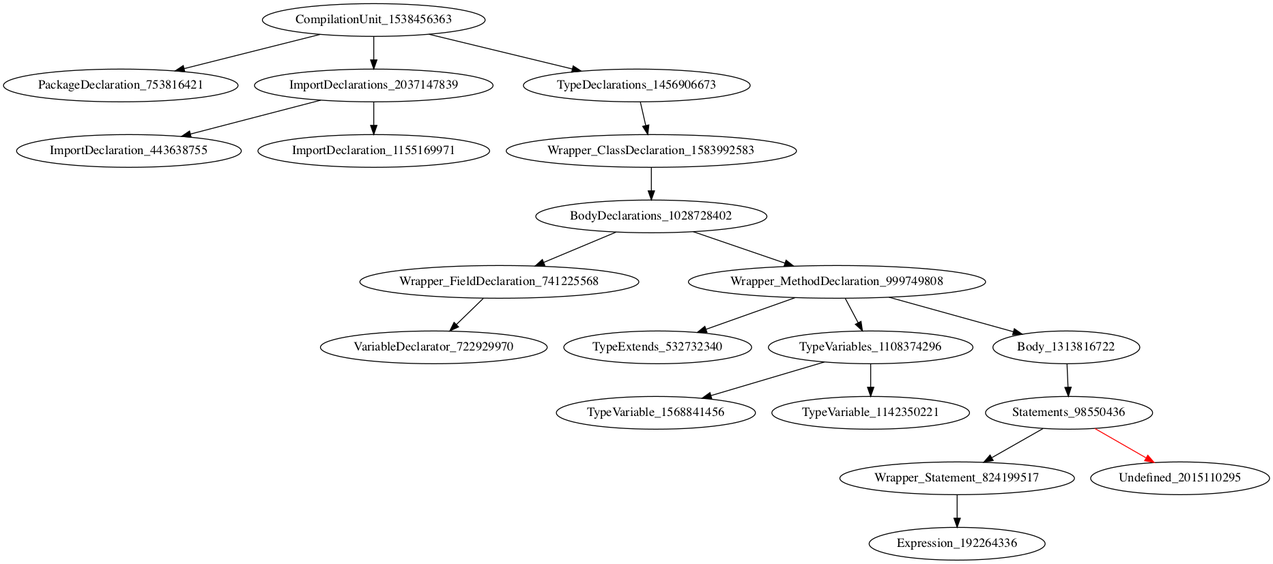
Above: holeAST.png in icse2023material/VoiceJava (Graphviz), before the change. Its source is kept beside it as holeAST.dot.
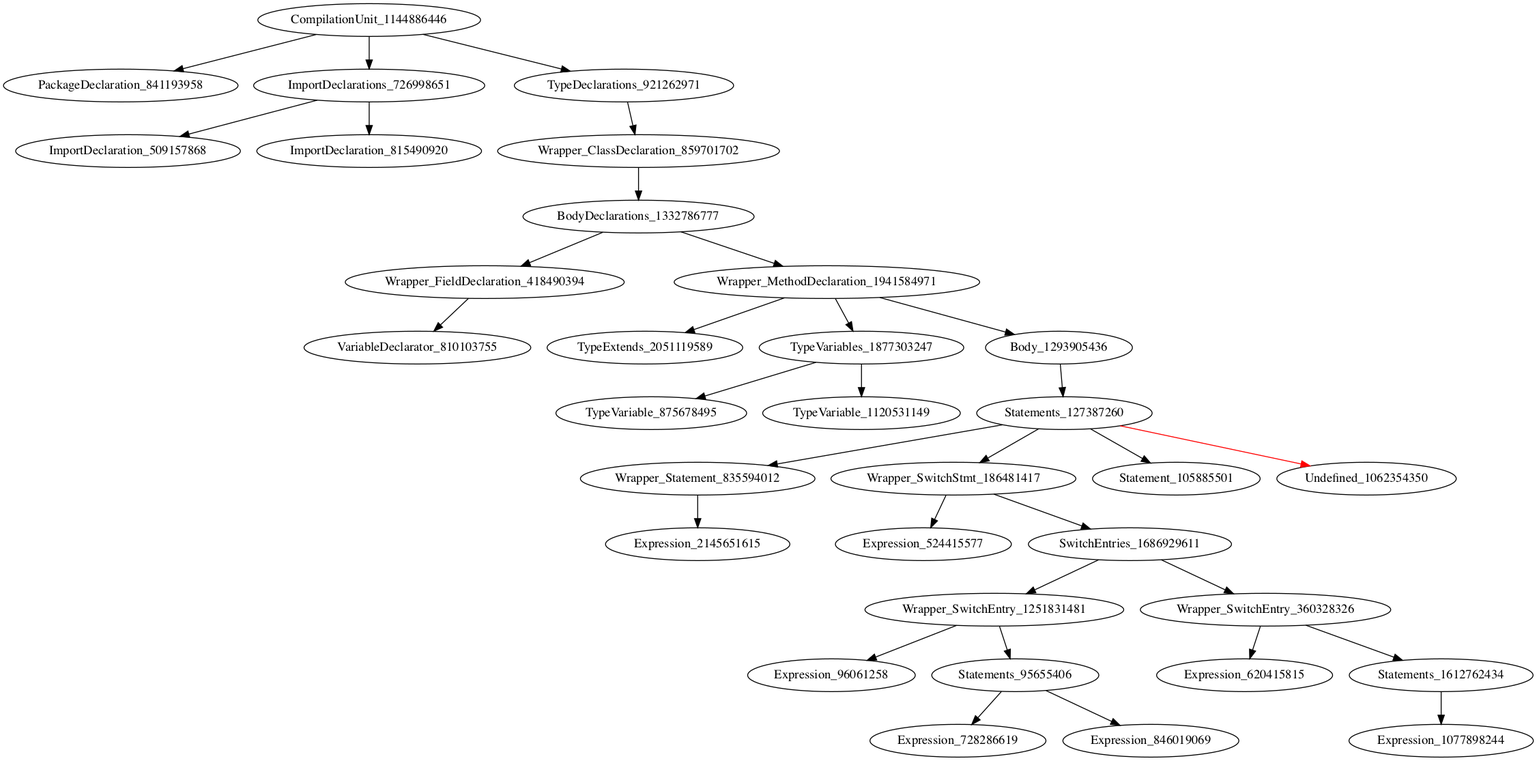
The same diagram one commit later.

Diff of the diagram source:
```diff
@@ -1,21 +1,34 @@
 digraph {
-CompilationUnit_1538456363 -> PackageDeclaration_753816421
-CompilationUnit_1538456363 -> ImportDeclarations_2037147839
-CompilationUnit_1538456363 -> TypeDeclarations_1456906673
-ImportDeclarations_2037147839 -> ImportDeclaration_443638755
-ImportDeclarations_2037147839 -> ImportDeclaration_1155169971
-TypeDeclarations_1456906673 -> Wrapper_ClassDeclaration_1583992583
-Wrapper_ClassDeclaration_1583992583 -> BodyDeclarations_1028728402
-BodyDeclarations_1028728402 -> Wrapper_FieldDeclaration_741225568
-BodyDeclarations_1028728402 -> Wrapper_MethodDeclaration_999749808
-Wrapper_FieldDeclaration_741225568 -> VariableDeclarator_722929970
-Wrapper_MethodDeclaration_999749808 -> TypeExtends_532732340
-Wrapper_MethodDeclaration_999749808 -> TypeVariables_1108374296
-Wrapper_MethodDeclaration_999749808 -> Body_1313816722
-TypeVariables_1108374296 -> TypeVariable_1568841456
-TypeVariables_1108374296 -> TypeVariable_1142350221
-Body_1313816722 -> Statements_98550436
-Statements_98550436 -> Wrapper_Statement_824199517
-Statements_98550436 -> Undefined_2015110295 [color = red]
-Wrapper_Statement_824199517 -> Expression_192264336
+CompilationUnit_1144886446 -> PackageDeclaration_841193958
+CompilationUnit_1144886446 -> ImportDeclarations_726998651
+CompilationUnit_1144886446 -> TypeDeclarations_921262971
+ImportDeclarations_726998651 -> ImportDeclaration_509157868
+ImportDeclarations_726998651 -> ImportDeclaration_815490920
+TypeDeclarations_921262971 -> Wrapper_ClassDeclaration_859701702
+Wrapper_ClassDeclaration_859701702 -> BodyDeclarations_1332786777
+BodyDeclarations_1332786777 -> Wrapper_FieldDeclaration_418490394
+BodyDeclarations_1332786777 -> Wrapper_MethodDeclaration_1941584971
+Wrapper_FieldDeclaration_418490394 -> VariableDeclarator_810103755
+Wrapper_MethodDeclaration_1941584971 -> TypeExtends_2051119589
+Wrapper_MethodDeclaration_1941584971 -> TypeVariables_1877303247
+Wrapper_MethodDeclaration_1941584971 -> Body_1293905436
+TypeVariables_1877303247 -> TypeVariable_875678495
+TypeVariables_1877303247 -> TypeVariable_1120531149
+Body_1293905436 -> Statements_127387260
+Statements_127387260 -> Wrapper_Statement_835594012
+Statements_127387260 -> Wrapper_SwitchStmt_186481417
+Statements_127387260 -> Statement_105885501
+Statements_127387260 -> Undefined_1062354350 [color = red]
+Wrapper_Statement_835594012 -> Expression_2145651615
+Wrapper_SwitchStmt_186481417 -> Expression_524415577
+Wrapper_SwitchStmt_186481417 -> SwitchEntries_1686929611
+SwitchEntries_1686929611 -> Wrapper_SwitchEntry_1251831481
+SwitchEntries_1686929611 -> Wrapper_SwitchEntry_360328326
+Wrapper_SwitchEntry_1251831481 -> Expression_96061258
+Wrapper_SwitchEntry_1251831481 -> Statements_95655406
+Wrapper_SwitchEntry_360328326 -> Expression_620415815
+Wrapper_SwitchEntry_360328326 -> Statements_1612762434
+Statements_95655406 -> Expression_728286619
+Statements_95655406 -> Expression_846019069
+Statements_1612762434 -> Expression_1077898244
 }
```
